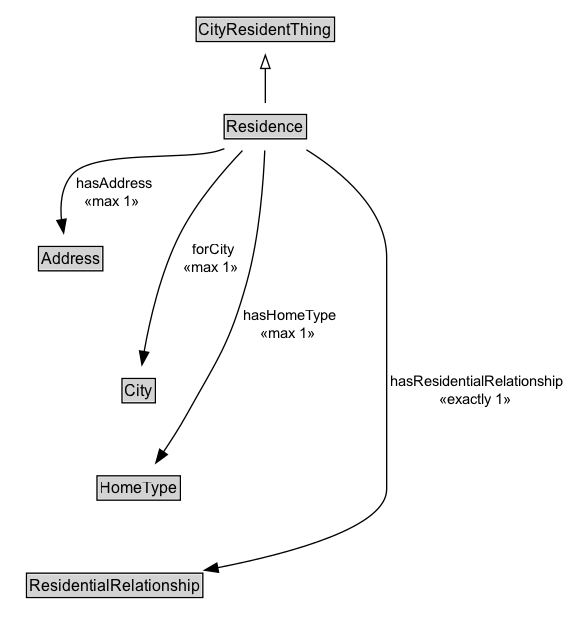
Before: docs/diagrams/Residence.dot.png, a diagram exported from Graphviz (ISO-TC204/ontology-cdm-p2-v1). Its source is kept beside it as docs/diagrams/Residence.dot. Its diagram source:
```dot
digraph {
	graph [overlap=false rankdir=TB splines=true]
	node [fontname=Arial fontsize=12 margin=0 shape=none]
	edge [fontname=Arial fontsize=11]
	{
		rank=max
		Residence [label=<<TABLE BORDER="1" CELLBORDER="0" CELLSPACING="0" CELLPADDING="1"><TR><TD BGCOLOR="lightgray" ALIGN="CENTER" PORT="e">Residence</TD></TR></TABLE>> URL="../Residence.md" margin=0]
	}
	subgraph cluster_associated {
		label="" style=invis
		Invis [label=<<TABLE BORDER="0" CELLBORDER="0" CELLSPACING="0" CELLPADDING="1"><TR><TD></TD></TR></TABLE>> margin=0 style=invis]
		Address [label=<<TABLE BORDER="1" CELLBORDER="0" CELLSPACING="0" CELLPADDING="1"><TR><TD BGCOLOR="lightgray" ALIGN="CENTER">Address</TD></TR></TABLE>> URL="../Address.md" margin=0]
		City [label=<<TABLE BORDER="1" CELLBORDER="0" CELLSPACING="0" CELLPADDING="1"><TR><TD BGCOLOR="lightgray" ALIGN="CENTER">City</TD></TR></TABLE>> URL="../City.md" margin=0]
		HomeType [label=<<TABLE BORDER="1" CELLBORDER="0" CELLSPACING="0" CELLPADDING="1"><TR><TD BGCOLOR="lightgray" ALIGN="CENTER">HomeType</TD></TR></TABLE>> URL="../HomeType.md" margin=0]
		ResidentialRelationship [label=<<TABLE BORDER="1" CELLBORDER="0" CELLSPACING="0" CELLPADDING="1"><TR><TD BGCOLOR="lightgray" ALIGN="CENTER">ResidentialRelationship</TD></TR></TABLE>> URL="../ResidentialRelationship.md" margin=0]
	}
	CityResidentThing [label=<<TABLE BORDER="1" CELLBORDER="0" CELLSPACING="0" CELLPADDING="1"><TR><TD BGCOLOR="lightgray" ALIGN="CENTER">CityResidentThing</TD></TR></TABLE>> URL="../CityResidentThing.md" margin=0]
	Residence -> CityResidentThing [arrowhead=onormal style=solid]
	Residence -> Invis [style=invis]
	Invis -> Address [style=invis]
	Address -> City [style=invis]
	City -> HomeType [style=invis]
	HomeType -> ResidentialRelationship [style=invis]
	Residence -> ResidentialRelationship [label=" hasResidentialRelationship
 «exactly 1»  " arrowhead=normal style=solid]
	Residence -> City [label=" forCity
 «max 1»  " arrowhead=normal style=solid]
	Residence -> HomeType [label=" hasHomeType
 «max 1»  " arrowhead=normal style=solid]
	Residence -> Address [label=" hasAddress
 «max 1»  " arrowhead=normal style=solid]
}
```
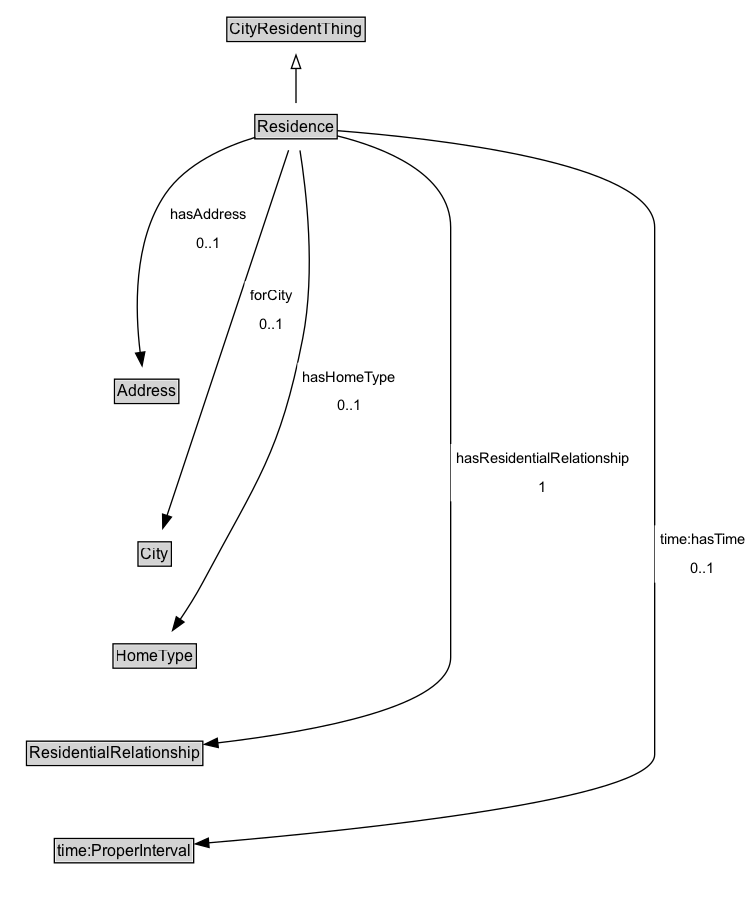
After the change.

The edit, as a diff of the source:
```diff
@@ -3,30 +3,37 @@
 	node [fontname=Arial fontsize=12 margin=0 shape=none]
 	edge [fontname=Arial fontsize=11]
 	{
+		rank=source
+		CityResidentThing [label=<<TABLE BORDER="1" CELLBORDER="0" CELLSPACING="0" CELLPADDING="1"><TR><TD BGCOLOR="lightgray" ALIGN="CENTER">CityResidentThing</TD></TR></TABLE>> URL="../CityResidentThing" margin=0]
+	}
+	Residence [label=<<TABLE BORDER="1" CELLBORDER="0" CELLSPACING="0" CELLPADDING="1"><TR><TD BGCOLOR="lightgray" ALIGN="CENTER">Residence</TD></TR></TABLE>> URL="../Residence" margin=0]
+	{
 		rank=max
-		Residence [label=<<TABLE BORDER="1" CELLBORDER="0" CELLSPACING="0" CELLPADDING="1"><TR><TD BGCOLOR="lightgray" ALIGN="CENTER" PORT="e">Residence</TD></TR></TABLE>> URL="../Residence.md" margin=0]
 	}
 	subgraph cluster_associated {
 		label="" style=invis
 		Invis [label=<<TABLE BORDER="0" CELLBORDER="0" CELLSPACING="0" CELLPADDING="1"><TR><TD></TD></TR></TABLE>> margin=0 style=invis]
-		Address [label=<<TABLE BORDER="1" CELLBORDER="0" CELLSPACING="0" CELLPADDING="1"><TR><TD BGCOLOR="lightgray" ALIGN="CENTER">Address</TD></TR></TABLE>> URL="../Address.md" margin=0]
-		City [label=<<TABLE BORDER="1" CELLBORDER="0" CELLSPACING="0" CELLPADDING="1"><TR><TD BGCOLOR="lightgray" ALIGN="CENTER">City</TD></TR></TABLE>> URL="../City.md" margin=0]
-		HomeType [label=<<TABLE BORDER="1" CELLBORDER="0" CELLSPACING="0" CELLPADDING="1"><TR><TD BGCOLOR="lightgray" ALIGN="CENTER">HomeType</TD></TR></TABLE>> URL="../HomeType.md" margin=0]
-		ResidentialRelationship [label=<<TABLE BORDER="1" CELLBORDER="0" CELLSPACING="0" CELLPADDING="1"><TR><TD BGCOLOR="lightgray" ALIGN="CENTER">ResidentialRelationship</TD></TR></TABLE>> URL="../ResidentialRelationship.md" margin=0]
+		Address [label=<<TABLE BORDER="1" CELLBORDER="0" CELLSPACING="0" CELLPADDING="1"><TR><TD BGCOLOR="lightgray" ALIGN="CENTER">Address</TD></TR></TABLE>> URL="../Address" margin=0]
+		City [label=<<TABLE BORDER="1" CELLBORDER="0" CELLSPACING="0" CELLPADDING="1"><TR><TD BGCOLOR="lightgray" ALIGN="CENTER">City</TD></TR></TABLE>> URL="../City" margin=0]
+		HomeType [label=<<TABLE BORDER="1" CELLBORDER="0" CELLSPACING="0" CELLPADDING="1"><TR><TD BGCOLOR="lightgray" ALIGN="CENTER">HomeType</TD></TR></TABLE>> URL="../HomeType" margin=0]
+		ResidentialRelationship [label=<<TABLE BORDER="1" CELLBORDER="0" CELLSPACING="0" CELLPADDING="1"><TR><TD BGCOLOR="lightgray" ALIGN="CENTER">ResidentialRelationship</TD></TR></TABLE>> URL="../ResidentialRelationship" margin=0]
+		time_ProperInterval [label=<<TABLE BORDER="1" CELLBORDER="0" CELLSPACING="0" CELLPADDING="1"><TR><TD BGCOLOR="lightgray" ALIGN="CENTER">time:ProperInterval</TD></TR></TABLE>> URL="https://w3id.org/citydata/imported/time/latest/ProperInterval" margin=0]
 	}
-	CityResidentThing [label=<<TABLE BORDER="1" CELLBORDER="0" CELLSPACING="0" CELLPADDING="1"><TR><TD BGCOLOR="lightgray" ALIGN="CENTER">CityResidentThing</TD></TR></TABLE>> URL="../CityResidentThing.md" margin=0]
 	Residence -> CityResidentThing [arrowhead=onormal style=solid]
 	Residence -> Invis [style=invis]
 	Invis -> Address [style=invis]
 	Address -> City [style=invis]
 	City -> HomeType [style=invis]
 	HomeType -> ResidentialRelationship [style=invis]
-	Residence -> ResidentialRelationship [label=" hasResidentialRelationship
- «exactly 1»  " arrowhead=normal style=solid]
-	Residence -> City [label=" forCity
- «max 1»  " arrowhead=normal style=solid]
-	Residence -> HomeType [label=" hasHomeType
- «max 1»  " arrowhead=normal style=solid]
-	Residence -> Address [label=" hasAddress
- «max 1»  " arrowhead=normal style=solid]
+	ResidentialRelationship -> time_ProperInterval [style=invis]
+	Address [label=<<TABLE BORDER="1" CELLBORDER="0" CELLSPACING="0" CELLPADDING="1"><TR><TD BGCOLOR="lightgray" ALIGN="CENTER">Address</TD></TR></TABLE>> URL="../Address" margin=0]
+	Residence -> Address [label=<<TABLE BORDER="0" CELLBORDER="0" CELLSPACING="0" CELLPADDING="4" BGCOLOR="white"><TR><TD ALIGN="CENTER">hasAddress</TD></TR><TR><TD ALIGN="CENTER">0..1</TD></TR></TABLE>> arrowhead=normal style=solid]
+	HomeType [label=<<TABLE BORDER="1" CELLBORDER="0" CELLSPACING="0" CELLPADDING="1"><TR><TD BGCOLOR="lightgray" ALIGN="CENTER">HomeType</TD></TR></TABLE>> URL="../HomeType" margin=0]
+	Residence -> HomeType [label=<<TABLE BORDER="0" CELLBORDER="0" CELLSPACING="0" CELLPADDING="4" BGCOLOR="white"><TR><TD ALIGN="CENTER">hasHomeType</TD></TR><TR><TD ALIGN="CENTER">0..1</TD></TR></TABLE>> arrowhead=normal style=solid]
+	time_ProperInterval [label=<<TABLE BORDER="1" CELLBORDER="0" CELLSPACING="0" CELLPADDING="1"><TR><TD BGCOLOR="lightgray" ALIGN="CENTER">time:ProperInterval</TD></TR></TABLE>> URL="https://w3id.org/citydata/imported/time/latest/ProperInterval" margin=0]
+	Residence -> time_ProperInterval [label=<<TABLE BORDER="0" CELLBORDER="0" CELLSPACING="0" CELLPADDING="4" BGCOLOR="white"><TR><TD ALIGN="CENTER">time:hasTime</TD></TR><TR><TD ALIGN="CENTER">0..1</TD></TR></TABLE>> arrowhead=normal style=solid]
+	City [label=<<TABLE BORDER="1" CELLBORDER="0" CELLSPACING="0" CELLPADDING="1"><TR><TD BGCOLOR="lightgray" ALIGN="CENTER">City</TD></TR></TABLE>> URL="../City" margin=0]
+	Residence -> City [label=<<TABLE BORDER="0" CELLBORDER="0" CELLSPACING="0" CELLPADDING="4" BGCOLOR="white"><TR><TD ALIGN="CENTER">forCity</TD></TR><TR><TD ALIGN="CENTER">0..1</TD></TR></TABLE>> arrowhead=normal style=solid]
+	ResidentialRelationship [label=<<TABLE BORDER="1" CELLBORDER="0" CELLSPACING="0" CELLPADDING="1"><TR><TD BGCOLOR="lightgray" ALIGN="CENTER">ResidentialRelationship</TD></TR></TABLE>> URL="../ResidentialRelationship" margin=0]
+	Residence -> ResidentialRelationship [label=<<TABLE BORDER="0" CELLBORDER="0" CELLSPACING="0" CELLPADDING="4" BGCOLOR="white"><TR><TD ALIGN="CENTER">hasResidentialRelationship</TD></TR><TR><TD ALIGN="CENTER">1</TD></TR></TABLE>> arrowhead=normal style=solid]
 }
```
